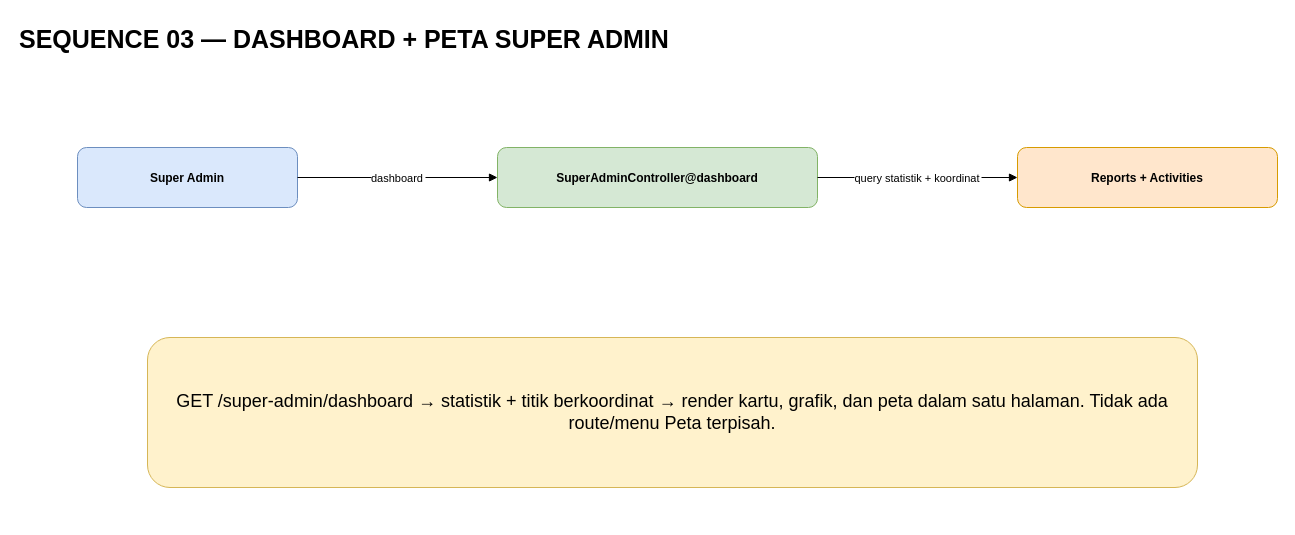
Before: page "03 - Dashboard Super Admin" (3 of 3) of docs/SIPRAJA-sequence.drawio in Samuel-smr/Satpolpp, a draw.io diagram. Source tidied: cells renumbered, new cells numbered last; positions are measured from the earlier drawing's top-left corner, leaving out a move shared by most shapes. Both pictures are drawn from the tidied source at 100%, with x=0, y=0 at pixel (17, 17).
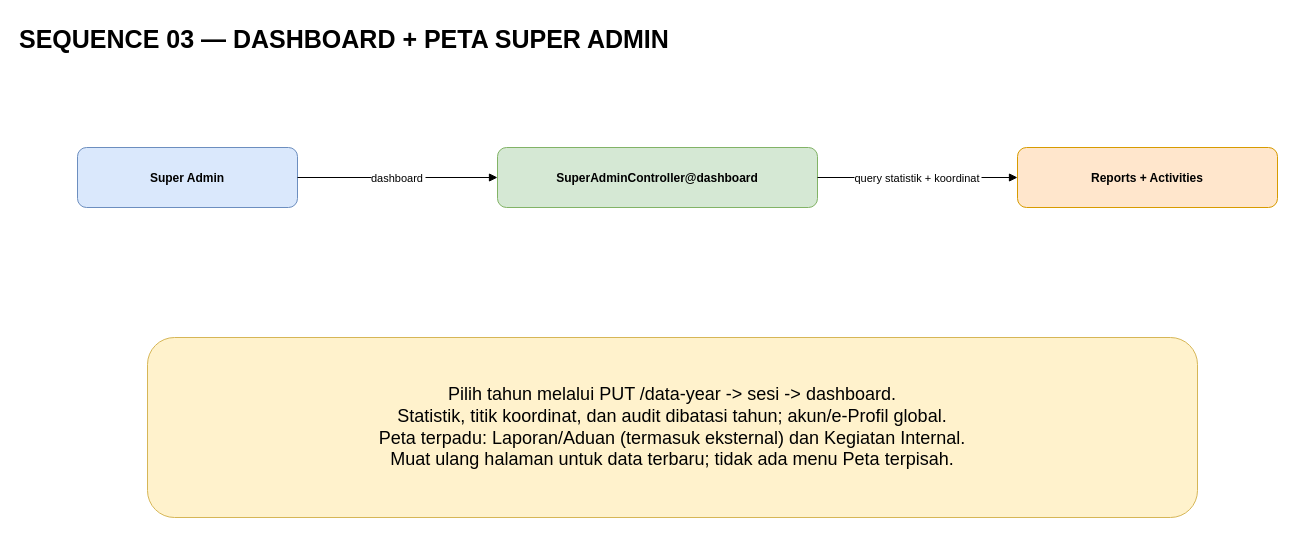
Above is the later version.

The edit, as a diff of the source:
```diff
@@
 <mxGraphModel>
   <root>
     <mxCell id="0" />
     <mxCell id="1" parent="0" />
     <mxCell id="2" value="SEQUENCE 03 — DASHBOARD + PETA SUPER ADMIN" style="text;html=0;fontSize=25;fontStyle=1;" parent="1" vertex="1">
       <mxGeometry width="1100" height="40" as="geometry" />
     </mxCell>
     <mxCell id="3" value="Super Admin" style="rounded=1;html=0;fillColor=#dae8fc;strokeColor=#6c8ebf;fontStyle=1;" parent="1" vertex="1">
       <mxGeometry x="60" y="130" width="220" height="60" as="geometry" />
     </mxCell>
     <mxCell id="4" value="SuperAdminController@dashboard" style="rounded=1;html=0;fillColor=#d5e8d4;strokeColor=#82b366;fontStyle=1;" parent="1" vertex="1">
       <mxGeometry x="480" y="130" width="320" height="60" as="geometry" />
     </mxCell>
     <mxCell id="5" value="Reports + Activities" style="rounded=1;html=0;fillColor=#ffe6cc;strokeColor=#d79b00;fontStyle=1;" parent="1" vertex="1">
       <mxGeometry x="1000" y="130" width="260" height="60" as="geometry" />
     </mxCell>
-    <mxCell id="6" value="GET /super-admin/dashboard → statistik + titik berkoordinat → render kartu, grafik, dan peta dalam satu halaman. Tidak ada route/menu Peta terpisah." style="rounded=1;html=0;whiteSpace=wrap;align=center;fontSize=18;fillColor=#fff2cc;strokeColor=#d6b656;" parent="1" vertex="1">
-      <mxGeometry x="130" y="320" width="1050" height="150" as="geometry" />
+    <mxCell id="6" value="Pilih tahun melalui PUT /data-year -&gt; sesi -&gt; dashboard.&#10;Statistik, titik koordinat, dan audit dibatasi tahun; akun/e-Profil global.&#10;Peta terpadu: Laporan/Aduan (termasuk eksternal) dan Kegiatan Internal.&#10;Muat ulang halaman untuk data terbaru; tidak ada menu Peta terpisah." style="rounded=1;html=0;whiteSpace=wrap;align=center;fontSize=18;fillColor=#fff2cc;strokeColor=#d6b656;" parent="1" vertex="1">
+      <mxGeometry x="130" y="320" width="1050" height="180" as="geometry" />
     </mxCell>
     <mxCell id="7" value="dashboard" style="edgeStyle=orthogonalEdgeStyle;html=0;endArrow=block;" parent="1" edge="1" source="3" target="4">
       <mxGeometry relative="1" as="geometry" />
     </mxCell>
     <mxCell id="8" value="query statistik + koordinat" style="edgeStyle=orthogonalEdgeStyle;html=0;endArrow=block;" parent="1" edge="1" source="4" target="5">
       <mxGeometry relative="1" as="geometry" />
     </mxCell>
   </root>
 </mxGraphModel>
```
